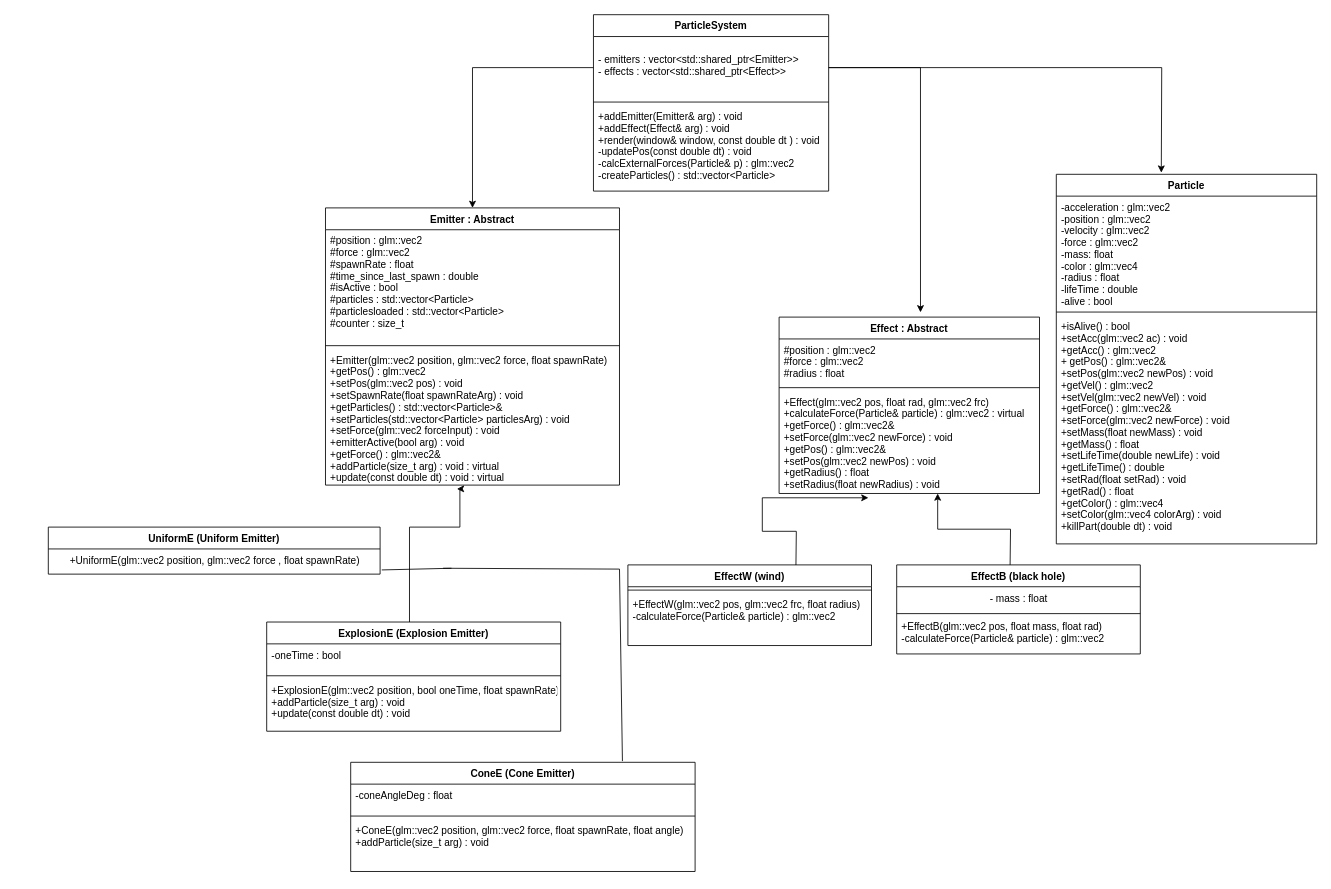
The draw.io diagram classDiagram.drawio in KarlWastesson/KandidatLab, before the edit. Source tidied: cells renumbered, new cells numbered last; positions are measured from the earlier drawing's top-left corner, leaving out a move shared by most shapes. Both pictures are drawn from the tidied source at 84%, with x=0, y=0 at pixel (48, 14).
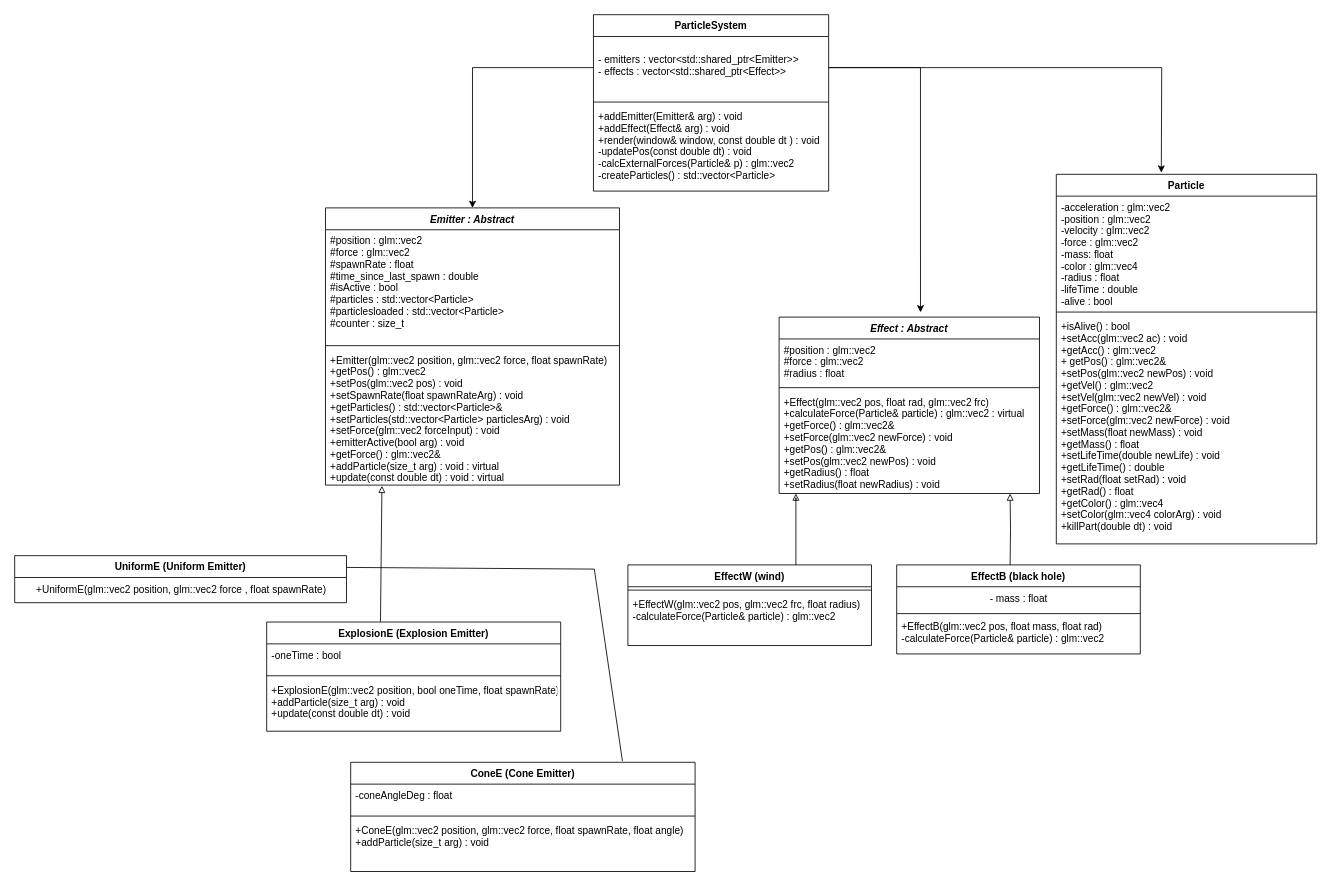
The same page after the edit.

The change refers to these unchanged cells:
```xml
<mxCell id="5" value="+Emitter(glm::vec2 position, glm::vec2 force, float spawnRate)&#10;+getPos() : glm::vec2&#10;+setPos(glm::vec2 pos) : void&#10;+setSpawnRate(float spawnRateArg) : void&#10;+getParticles() : std::vector&lt;Particle&gt;&amp;&#10;+setParticles(std::vector&lt;Particle&gt; particlesArg) : void&#10;+setForce(glm::vec2 forceInput) : void&#10;+emitterActive(bool arg) : void&#10;+getForce() : glm::vec2&amp;&#10;+addParticle(size_t arg) : void : virtual &#10;+update(const double dt) : void : virtual&#10;&#10;&#10;&#10;&#10;" style="text;strokeColor=none;fillColor=none;align=left;verticalAlign=top;spacingLeft=4;spacingRight=4;overflow=hidden;points=[[0,0.5],[1,0.5]];portConstraint=eastwest;" parent="2" vertex="1">
  <mxGeometry y="168" width="350" height="162" as="geometry" />
</mxCell>
<mxCell id="9" value="+Effect(glm::vec2 pos, float rad, glm::vec2 frc)&#10;+calculateForce(Particle&amp; particle) : glm::vec2 : virtual&#10;+getForce() : glm::vec2&amp;&#10;+setForce(glm::vec2 newForce) : void&#10;+getPos() : glm::vec2&amp;&#10;+setPos(glm::vec2 newPos) : void&#10;+getRadius() : float&#10;+setRadius(float newRadius) : void" style="text;strokeColor=none;fillColor=none;align=left;verticalAlign=top;spacingLeft=4;spacingRight=4;overflow=hidden;points=[[0,0.5],[1,0.5]];portConstraint=eastwest;" parent="6" vertex="1">
  <mxGeometry y="88" width="310" height="122" as="geometry" />
</mxCell>
<mxCell id="11" value="+UniformE(glm::vec2 position, glm::vec2 force , float spawnRate)" style="text;html=1;align=center;verticalAlign=middle;points=[];strokeColor=none;fillColor=none;" parent="10" vertex="1">
  <mxGeometry y="26" width="395" height="30" as="geometry" />
</mxCell>
<mxCell id="24" value="ExplosionE (Explosion Emitter)" style="swimlane;fontStyle=1;align=center;verticalAlign=top;horizontal=1;startSize=26;" parent="1" vertex="1">
  <mxGeometry x="260" y="723" width="350" height="130" as="geometry" />
</mxCell>
<mxCell id="28" value="ConeE (Cone Emitter)" style="swimlane;fontStyle=1;align=center;verticalAlign=top;horizontal=1;startSize=26;" parent="1" vertex="1">
  <mxGeometry x="360" y="890" width="410" height="130" as="geometry" />
</mxCell>
```

Diff of the diagram source:
```diff
@@
-    <mxCell id="2" value="Emitter : Abstract" style="swimlane;fontStyle=1;align=center;verticalAlign=top;horizontal=1;startSize=26;" parent="1" vertex="1">
+    <mxCell id="2" value="Emitter : Abstract" style="swimlane;fontStyle=3;align=center;verticalAlign=top;horizontal=1;startSize=26;" parent="1" vertex="1">
       <mxGeometry x="330" y="230" width="350" height="330" as="geometry" />
     </mxCell>
@@
-    <mxCell id="6" value="Effect : Abstract" style="swimlane;fontStyle=1;align=center;verticalAlign=top;horizontal=1;startSize=26;" parent="1" vertex="1">
+    <mxCell id="6" value="Effect : Abstract" style="swimlane;fontStyle=3;align=center;verticalAlign=top;horizontal=1;startSize=26;" parent="1" vertex="1">
       <mxGeometry x="870" y="360" width="310" height="210" as="geometry" />
     </mxCell>
@@
     <mxCell id="10" value="UniformE (Uniform Emitter)" style="swimlane;fontStyle=1;align=center;verticalAlign=top;horizontal=1;startSize=26;" parent="1" vertex="1">
-      <mxGeometry y="610" width="395" height="56" as="geometry" />
+      <mxGeometry x="-40" y="644" width="395" height="56" as="geometry" />
     </mxCell>
@@
-    <mxCell id="12" style="edgeStyle=orthogonalEdgeStyle;rounded=0;jettySize=auto;html=1;entryX=0.447;entryY=1.028;entryDx=0;entryDy=0;entryPerimeter=0;" parent="1" edge="1" target="5">
-      <mxGeometry relative="1" as="geometry">
-        <mxPoint x="430" y="723" as="sourcePoint" />
-        <Array as="points">
-          <mxPoint x="430" y="610" />
-          <mxPoint x="490" y="610" />
-          <mxPoint x="490" y="564" />
-        </Array>
-      </mxGeometry>
-    </mxCell>
-    <mxCell id="13" style="endArrow=none;html=1;rounded=0;" parent="1" edge="1">
+    <mxCell id="13" style="endArrow=none;html=1;rounded=0;entryX=1;entryY=0.25;entryDx=0;entryDy=0;" parent="1" edge="1" target="10">
       <mxGeometry relative="1" as="geometry">
-        <mxPoint x="680" y="660" as="sourcePoint" />
-        <mxPoint x="470" y="659" as="targetPoint" />
+        <mxPoint x="650" y="660" as="sourcePoint" />
       </mxGeometry>
     </mxCell>
-    <mxCell id="14" style="endArrow=none;html=1;rounded=0;entryX=1.005;entryY=0.833;entryDx=0;entryDy=0;entryPerimeter=0;" parent="1" edge="1" target="11">
-      <mxGeometry relative="1" as="geometry">
-        <mxPoint x="480" y="659" as="sourcePoint" />
-      </mxGeometry>
-    </mxCell>
-    <mxCell id="15" style="edgeStyle=orthogonalEdgeStyle;rounded=0;jettySize=auto;html=1;entryX=0.343;entryY=1.042;entryDx=0;entryDy=0;entryPerimeter=0;" parent="1" edge="1" target="9">
+    <mxCell id="15" style="edgeStyle=orthogonalEdgeStyle;rounded=0;jettySize=auto;html=1;endArrow=block;endFill=0;" parent="1" edge="1" target="9">
       <mxGeometry relative="1" as="geometry">
         <mxPoint x="890" y="660" as="sourcePoint" />
+        <Array as="points">
+          <mxPoint x="890" y="575" />
+          <mxPoint x="890" y="575" />
+        </Array>
       </mxGeometry>
     </mxCell>
-    <mxCell id="16" style="edgeStyle=orthogonalEdgeStyle;rounded=0;jettySize=auto;html=1;entryX=0.609;entryY=1;entryDx=0;entryDy=0;entryPerimeter=0;" parent="1" edge="1" target="9">
+    <mxCell id="16" style="edgeStyle=orthogonalEdgeStyle;rounded=0;jettySize=auto;html=1;entryX=0.887;entryY=1;entryDx=0;entryDy=0;entryPerimeter=0;endArrow=block;endFill=0;" parent="1" edge="1" target="9">
       <mxGeometry relative="1" as="geometry">
         <mxPoint x="1145" y="655" as="sourcePoint" />
       </mxGeometry>
     </mxCell>
@@
     <mxCell id="32" style="endArrow=none;html=1;rounded=0;exitX=0.789;exitY=-0.011;exitDx=0;exitDy=0;exitPerimeter=0;" parent="1" edge="1" source="28">
       <mxGeometry relative="1" as="geometry">
-        <mxPoint x="680" y="660" as="targetPoint" />
+        <mxPoint x="650" y="660" as="targetPoint" />
       </mxGeometry>
     </mxCell>
@@
+    <mxCell id="44" style="endArrow=block;html=1;rounded=0;entryX=0.192;entryY=1.005;entryDx=0;entryDy=0;entryPerimeter=0;exitX=0.387;exitY=-0.004;exitDx=0;exitDy=0;exitPerimeter=0;endFill=0;" parent="1" edge="1" source="24" target="5">
+      <mxGeometry relative="1" as="geometry" />
+    </mxCell>
```
